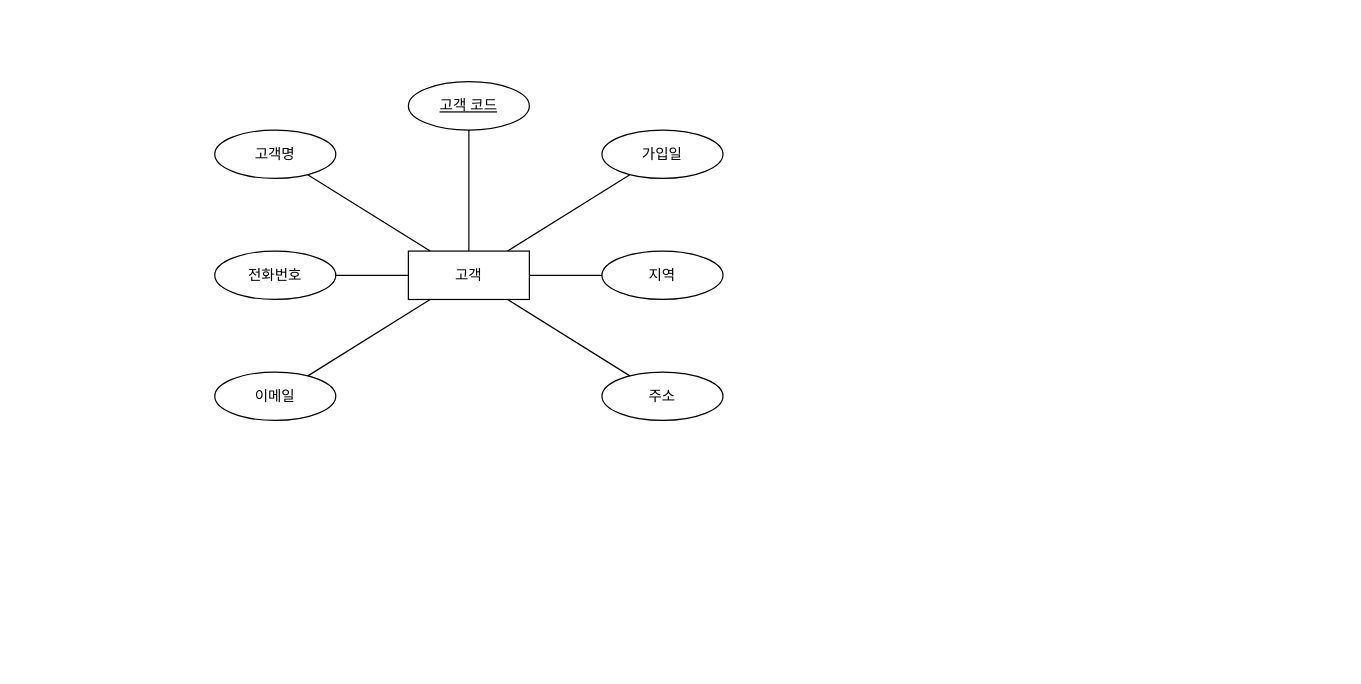
The draw.io diagram page "페이지-1" (1 of 2) of erd.drawio in zzzezzz/ai8erd, before the edit. Source tidied: cells renumbered, new cells numbered last; positions are measured from the earlier drawing's top-left corner, leaving out a move shared by most shapes. Both pictures are drawn from the tidied source at 121%, with x=0, y=0 at pixel (214, 81).
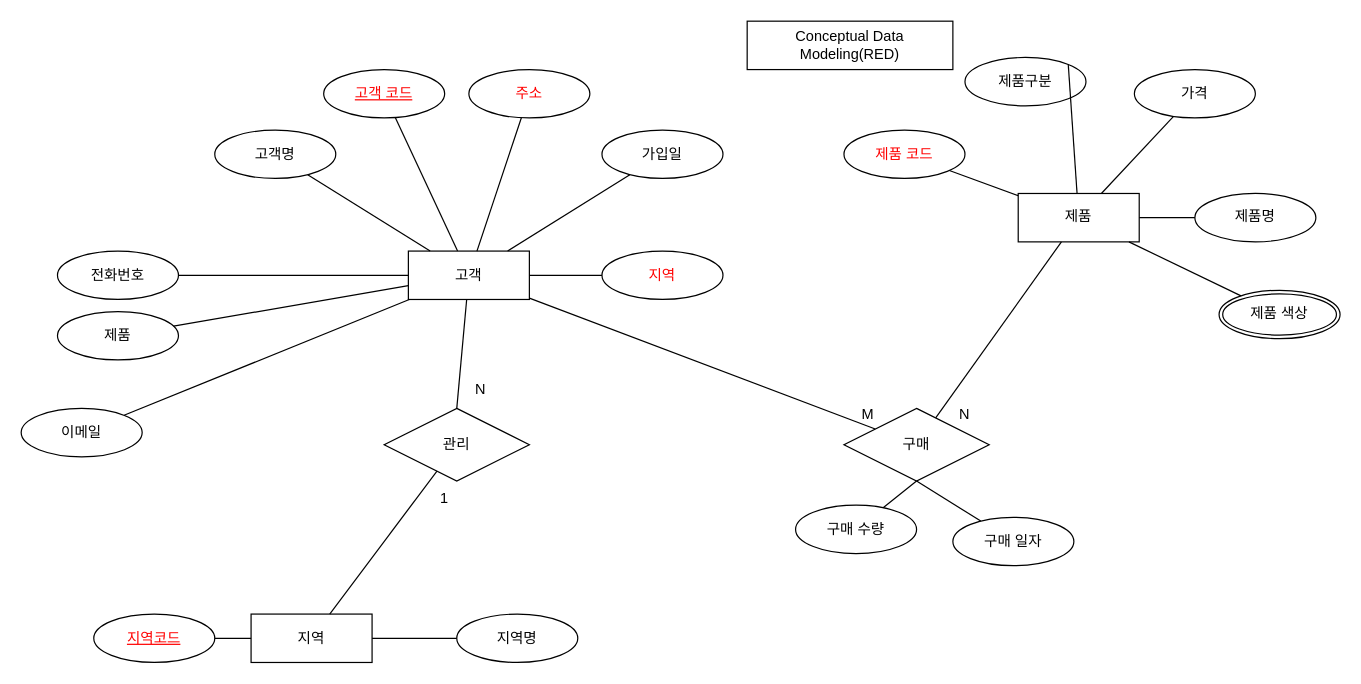
The same page after the edit.

Unchanged cells that the change refers to:
```xml
<mxCell id="2" value="고객" style="whiteSpace=wrap;html=1;align=center;" parent="1" vertex="1">
  <mxGeometry x="160" y="140" width="100" height="40" as="geometry" />
</mxCell>
```

Change to the diagram source:
```diff
@@
-    <mxCell id="4" value="주소" style="ellipse;whiteSpace=wrap;html=1;align=center;" parent="1" vertex="1">
-      <mxGeometry x="320" y="240" width="100" height="40" as="geometry" />
+    <mxCell id="4" value="주소" style="ellipse;whiteSpace=wrap;html=1;align=center;fontColor=#FF0000;" parent="1" vertex="1">
+      <mxGeometry x="210" y="-10" width="100" height="40" as="geometry" />
     </mxCell>
-    <mxCell id="5" value="지역" style="ellipse;whiteSpace=wrap;html=1;align=center;" parent="1" vertex="1">
+    <mxCell id="5" value="지역" style="ellipse;whiteSpace=wrap;html=1;align=center;fontColor=#FF0000;" parent="1" vertex="1">
       <mxGeometry x="320" y="140" width="100" height="40" as="geometry" />
     </mxCell>
@@
     <mxCell id="7" value="이메일" style="ellipse;whiteSpace=wrap;html=1;align=center;" parent="1" vertex="1">
-      <mxGeometry y="240" width="100" height="40" as="geometry" />
+      <mxGeometry x="-160" y="270" width="100" height="40" as="geometry" />
     </mxCell>
     <mxCell id="8" value="전화번호" style="ellipse;whiteSpace=wrap;html=1;align=center;fontStyle=0;" parent="1" vertex="1">
-      <mxGeometry y="140" width="100" height="40" as="geometry" />
+      <mxGeometry x="-130" y="140" width="100" height="40" as="geometry" />
     </mxCell>
@@
-    <mxCell id="15" value="고객 코드" style="ellipse;whiteSpace=wrap;html=1;align=center;fontStyle=4;" parent="1" vertex="1">
-      <mxGeometry x="160" width="100" height="40" as="geometry" />
+    <mxCell id="15" value="고객 코드" style="ellipse;whiteSpace=wrap;html=1;align=center;fontStyle=4;fontColor=#FF0000;" parent="1" vertex="1">
+      <mxGeometry x="90" y="-10" width="100" height="40" as="geometry" />
     </mxCell>
@@
+    <mxCell id="17" value="지역" style="whiteSpace=wrap;html=1;align=center;" parent="1" vertex="1">
+      <mxGeometry x="30" y="440" width="100" height="40" as="geometry" />
+    </mxCell>
+    <mxCell id="18" value="지역명" style="ellipse;whiteSpace=wrap;html=1;align=center;" parent="1" vertex="1">
+      <mxGeometry x="200" y="440" width="100" height="40" as="geometry" />
+    </mxCell>
+    <mxCell id="19" value="지역코드" style="ellipse;whiteSpace=wrap;html=1;align=center;fontStyle=4;fontColor=#FF0000;" parent="1" vertex="1">
+      <mxGeometry x="-100" y="440" width="100" height="40" as="geometry" />
+    </mxCell>
+    <mxCell id="20" style="endArrow=none;html=1;rounded=0;" parent="1" edge="1" source="19" target="17">
+      <mxGeometry relative="1" as="geometry" />
+    </mxCell>
+    <mxCell id="21" style="endArrow=none;html=1;rounded=0;" parent="1" edge="1" source="17" target="18">
+      <mxGeometry relative="1" as="geometry" />
+    </mxCell>
+    <mxCell id="22" value="제품" style="ellipse;whiteSpace=wrap;html=1;align=center;" parent="1" vertex="1">
+      <mxGeometry x="-130" y="190" width="100" height="40" as="geometry" />
+    </mxCell>
+    <mxCell id="23" style="endArrow=none;html=1;rounded=0;" parent="1" edge="1" source="2" target="22">
+      <mxGeometry relative="1" as="geometry" />
+    </mxCell>
+    <mxCell id="24" value="제품" style="whiteSpace=wrap;html=1;align=center;" parent="1" vertex="1">
+      <mxGeometry x="664" y="92.4" width="100" height="40" as="geometry" />
+    </mxCell>
+    <mxCell id="25" value="제품 코드" style="ellipse;whiteSpace=wrap;html=1;align=center;fontColor=#FF0000;" parent="1" vertex="1">
+      <mxGeometry x="520" y="40" width="100" height="40" as="geometry" />
+    </mxCell>
+    <mxCell id="26" value="제품명" style="ellipse;whiteSpace=wrap;html=1;align=center;" parent="1" vertex="1">
+      <mxGeometry x="810" y="92.4" width="100" height="40" as="geometry" />
+    </mxCell>
+    <mxCell id="27" value="제품구분" style="ellipse;whiteSpace=wrap;html=1;align=center;" parent="1" vertex="1">
+      <mxGeometry x="620" y="-20" width="100" height="40" as="geometry" />
+    </mxCell>
+    <mxCell id="28" value="가격" style="ellipse;whiteSpace=wrap;html=1;align=center;" parent="1" vertex="1">
+      <mxGeometry x="760" y="-10" width="100" height="40" as="geometry" />
+    </mxCell>
+    <mxCell id="29" style="endArrow=none;html=1;rounded=0;exitX=1;exitY=0;exitDx=0;exitDy=0;" parent="1" edge="1" source="27" target="24">
+      <mxGeometry relative="1" as="geometry" />
+    </mxCell>
+    <mxCell id="30" style="endArrow=none;html=1;rounded=0;" parent="1" edge="1" source="24" target="26">
+      <mxGeometry relative="1" as="geometry" />
+    </mxCell>
+    <mxCell id="31" style="endArrow=none;html=1;rounded=0;" parent="1" edge="1" source="24" target="25">
+      <mxGeometry relative="1" as="geometry" />
+    </mxCell>
+    <mxCell id="32" style="endArrow=none;html=1;rounded=0;" parent="1" edge="1" source="24" target="28">
+      <mxGeometry relative="1" as="geometry" />
+    </mxCell>
+    <mxCell id="33" style="endArrow=none;html=1;rounded=0;" parent="1" edge="1" source="37" target="24">
+      <mxGeometry relative="1" as="geometry" />
+    </mxCell>
+    <mxCell id="34" value="관리" style="shape=rhombus;perimeter=rhombusPerimeter;whiteSpace=wrap;html=1;align=center;" parent="1" vertex="1">
+      <mxGeometry x="140" y="270" width="120" height="60" as="geometry" />
+    </mxCell>
+    <mxCell id="35" style="endArrow=none;html=1;rounded=0;entryX=0.5;entryY=0;entryDx=0;entryDy=0;" parent="1" edge="1" source="2" target="34">
+      <mxGeometry relative="1" as="geometry" />
+    </mxCell>
+    <mxCell id="36" style="endArrow=none;html=1;rounded=0;" parent="1" edge="1" source="24" target="38">
+      <mxGeometry relative="1" as="geometry" />
+    </mxCell>
+    <mxCell id="37" value="제품 색상" style="ellipse;shape=doubleEllipse;margin=3;whiteSpace=wrap;html=1;align=center;" parent="1" vertex="1">
+      <mxGeometry x="830" y="172.4" width="100" height="40" as="geometry" />
+    </mxCell>
+    <mxCell id="38" value="구매" style="shape=rhombus;perimeter=rhombusPerimeter;whiteSpace=wrap;html=1;align=center;" parent="1" vertex="1">
+      <mxGeometry x="520" y="270" width="120" height="60" as="geometry" />
+    </mxCell>
+    <mxCell id="39" style="endArrow=none;html=1;rounded=0;" parent="1" edge="1" source="2" target="38">
+      <mxGeometry relative="1" as="geometry" />
+    </mxCell>
+    <mxCell id="40" value="구매 수량" style="ellipse;whiteSpace=wrap;html=1;align=center;" parent="1" vertex="1">
+      <mxGeometry x="480" y="350" width="100" height="40" as="geometry" />
+    </mxCell>
+    <mxCell id="41" value="구매 일자" style="ellipse;whiteSpace=wrap;html=1;align=center;" parent="1" vertex="1">
+      <mxGeometry x="610" y="360" width="100" height="40" as="geometry" />
+    </mxCell>
+    <mxCell id="42" style="endArrow=none;html=1;rounded=0;exitX=0.5;exitY=1;exitDx=0;exitDy=0;" parent="1" edge="1" source="38" target="40">
+      <mxGeometry relative="1" as="geometry" />
+    </mxCell>
+    <mxCell id="43" style="endArrow=none;html=1;rounded=0;exitX=0.5;exitY=1;exitDx=0;exitDy=0;" parent="1" edge="1" source="38" target="41">
+      <mxGeometry relative="1" as="geometry" />
+    </mxCell>
+    <mxCell id="44" value="Conceptual Data Modeling(RED)" style="whiteSpace=wrap;html=1;align=center;" parent="1" vertex="1">
+      <mxGeometry x="440" y="-50" width="170" height="40" as="geometry" />
+    </mxCell>
+    <mxCell id="45" value="M" style="text;html=1;strokeColor=none;fillColor=none;align=center;verticalAlign=middle;whiteSpace=wrap;rounded=0;" parent="1" vertex="1">
+      <mxGeometry x="510" y="260" width="60" height="30" as="geometry" />
+    </mxCell>
+    <mxCell id="46" style="endArrow=none;html=1;rounded=0;" parent="1" edge="1" source="34" target="17">
+      <mxGeometry relative="1" as="geometry" />
+    </mxCell>
+    <mxCell id="47" value="N" style="text;html=1;strokeColor=none;fillColor=none;align=center;verticalAlign=middle;whiteSpace=wrap;rounded=0;" parent="1" vertex="1">
+      <mxGeometry x="190" y="240" width="60" height="30" as="geometry" />
+    </mxCell>
+    <mxCell id="48" value="1" style="text;html=1;strokeColor=none;fillColor=none;align=center;verticalAlign=middle;whiteSpace=wrap;rounded=0;" parent="1" vertex="1">
+      <mxGeometry x="160" y="330" width="60" height="30" as="geometry" />
+    </mxCell>
+    <mxCell id="49" value="N" style="text;html=1;strokeColor=none;fillColor=none;align=center;verticalAlign=middle;whiteSpace=wrap;rounded=0;" parent="1" vertex="1">
+      <mxGeometry x="590" y="260" width="60" height="30" as="geometry" />
+    </mxCell>
```
